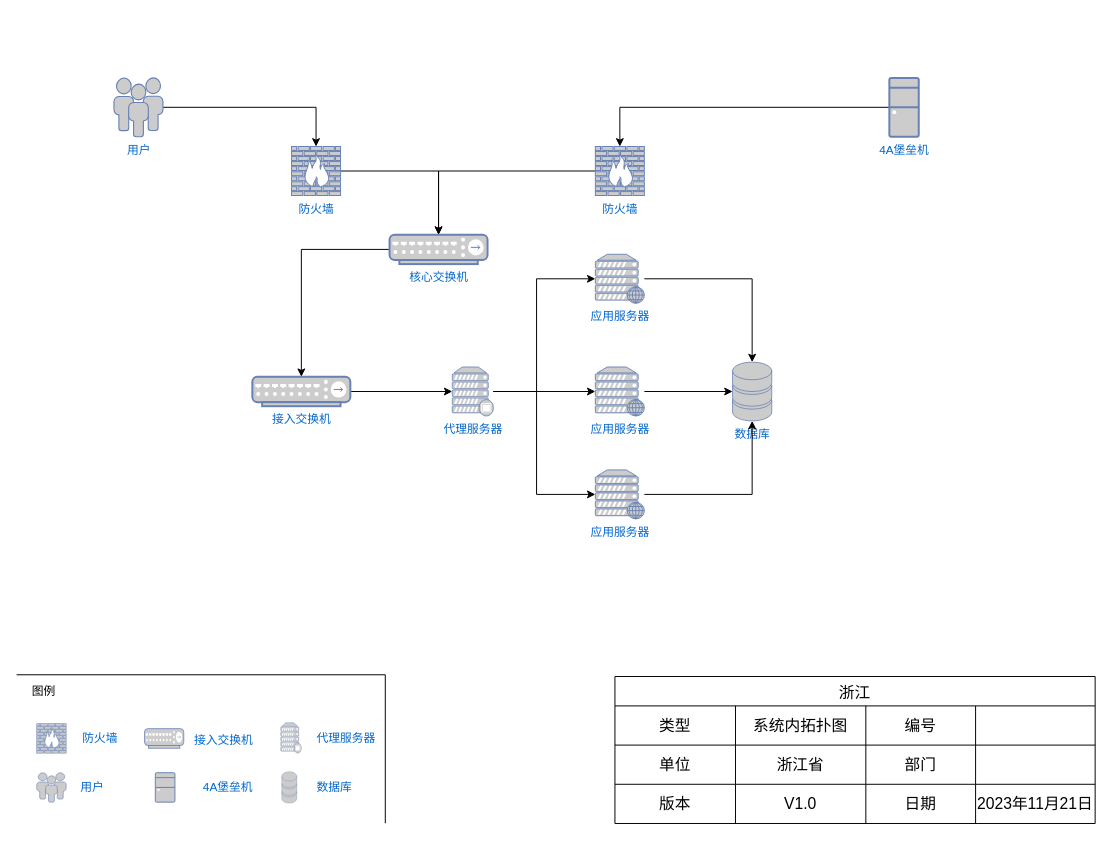
Before: Untitled Diagram.drawio in rchd/work-note, a draw.io diagram. Source tidied: cells renumbered, new cells numbered last; positions are measured from the earlier drawing's top-left corner, leaving out a move shared by most shapes. Both pictures are drawn from the tidied source at 98%, with x=0, y=0 at pixel (19, 77).
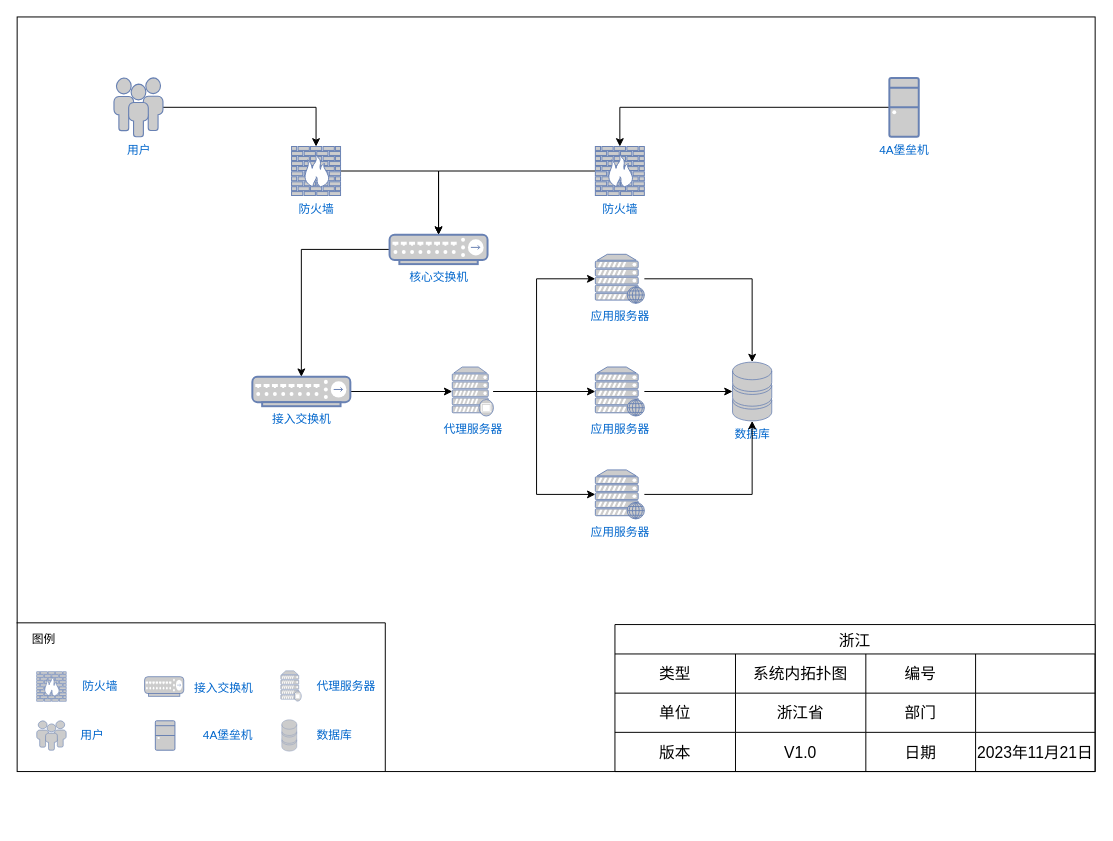
After the change.

The edit, as a diff of the source:
```diff
@@
+    <mxCell id="49" style="rounded=0;whiteSpace=wrap;html=1;fillOpacity=0;" parent="1" vertex="1">
+      <mxGeometry x="-2" y="-62.2" width="1100" height="770" as="geometry" />
+    </mxCell>
@@
     <mxCell id="19" value="浙江" style="shape=table;startSize=30;childLayout=tableLayout;strokeColor=default;fontSize=16;shadow=0;rowLines=1;arcSize=15;" parent="1" vertex="1">
-      <mxGeometry x="608" y="610.8" width="490" height="150" as="geometry" />
+      <mxGeometry x="608" y="557.8" width="490" height="150" as="geometry" />
     </mxCell>
@@
     <mxCell id="35" style="shape=partialRectangle;whiteSpace=wrap;html=1;top=0;left=0;fillColor=none;noLabel=0;rotation=-90;" parent="1" vertex="1">
-      <mxGeometry x="110.3" y="496.7" width="151" height="375.7" as="geometry" />
+      <mxGeometry x="110.3" y="443.7" width="151" height="375.7" as="geometry" />
     </mxCell>
@@
     <mxCell id="42" value="防火墙" style="fontColor=#0066CC;verticalAlign=middle;verticalLabelPosition=middle;labelPosition=right;align=left;html=1;fillColor=#CCCCCC;strokeColor=#6881B3;gradientColor=none;gradientDirection=north;strokeWidth=2;shape=mxgraph.networks.firewall;noLabel=0;fontSize=12;spacingLeft=15;" parent="1" vertex="1">
-      <mxGeometry x="18" y="659" width="30" height="30" as="geometry" />
+      <mxGeometry x="18" y="606" width="30" height="30" as="geometry" />
     </mxCell>
     <mxCell id="43" value="接入交换机" style="fontColor=#0066CC;verticalAlign=middle;verticalLabelPosition=middle;labelPosition=right;align=left;html=1;fillColor=#CCCCCC;strokeColor=#6881B3;gradientColor=none;gradientDirection=north;strokeWidth=2;shape=mxgraph.networks.hub;spacingLeft=9;spacingBottom=-3;spacingRight=8;" parent="1" vertex="1">
-      <mxGeometry x="128" y="664" width="40" height="20" as="geometry" />
+      <mxGeometry x="128" y="611" width="40" height="20" as="geometry" />
     </mxCell>
     <mxCell id="44" value="用户" style="fontColor=#0066CC;verticalAlign=middle;verticalLabelPosition=middle;labelPosition=right;align=left;html=1;fillColor=#CCCCCC;strokeColor=#6881B3;gradientColor=none;gradientDirection=north;strokeWidth=2;shape=mxgraph.networks.users;spacingLeft=13;" parent="1" vertex="1">
-      <mxGeometry x="18" y="709" width="30" height="30" as="geometry" />
+      <mxGeometry x="18" y="656" width="30" height="30" as="geometry" />
     </mxCell>
     <mxCell id="45" value="4A堡垒机" style="fontColor=#0066CC;verticalAlign=middle;verticalLabelPosition=middle;labelPosition=right;align=left;html=1;fillColor=#CCCCCC;strokeColor=#6881B3;gradientColor=none;gradientDirection=north;strokeWidth=2;shape=mxgraph.networks.desktop_pc;spacingLeft=27;" parent="1" vertex="1">
-      <mxGeometry x="139" y="709" width="20" height="30" as="geometry" />
+      <mxGeometry x="139" y="656" width="20" height="30" as="geometry" />
     </mxCell>
     <mxCell id="46" value="图例" style="text;html=1;align=center;verticalAlign=middle;strokeColor=none;fillColor=none;" parent="1" vertex="1">
-      <mxGeometry y="610.8" width="50" height="30" as="geometry" />
+      <mxGeometry y="557.8" width="50" height="30" as="geometry" />
     </mxCell>
     <mxCell id="47" value="代理服务器" style="fontColor=#0066CC;verticalAlign=middle;verticalLabelPosition=middle;labelPosition=right;align=left;html=1;fillColor=#CCCCCC;strokeColor=#6881B3;gradientColor=none;gradientDirection=north;strokeWidth=2;shape=mxgraph.networks.proxy_server;spacingLeft=14;" parent="1" vertex="1">
-      <mxGeometry x="267" y="658" width="21" height="31" as="geometry" />
+      <mxGeometry x="267" y="605" width="21" height="31" as="geometry" />
     </mxCell>
     <mxCell id="48" value="数据库" style="fontColor=#0066CC;verticalAlign=middle;verticalLabelPosition=middle;labelPosition=right;align=left;html=1;fillColor=#CCCCCC;strokeColor=#6881B3;gradientColor=none;gradientDirection=north;strokeWidth=2;shape=mxgraph.networks.storage;spacingLeft=19;" parent="1" vertex="1">
-      <mxGeometry x="268" y="708" width="15.4" height="32" as="geometry" />
+      <mxGeometry x="268" y="655" width="15.4" height="32" as="geometry" />
     </mxCell>
```
